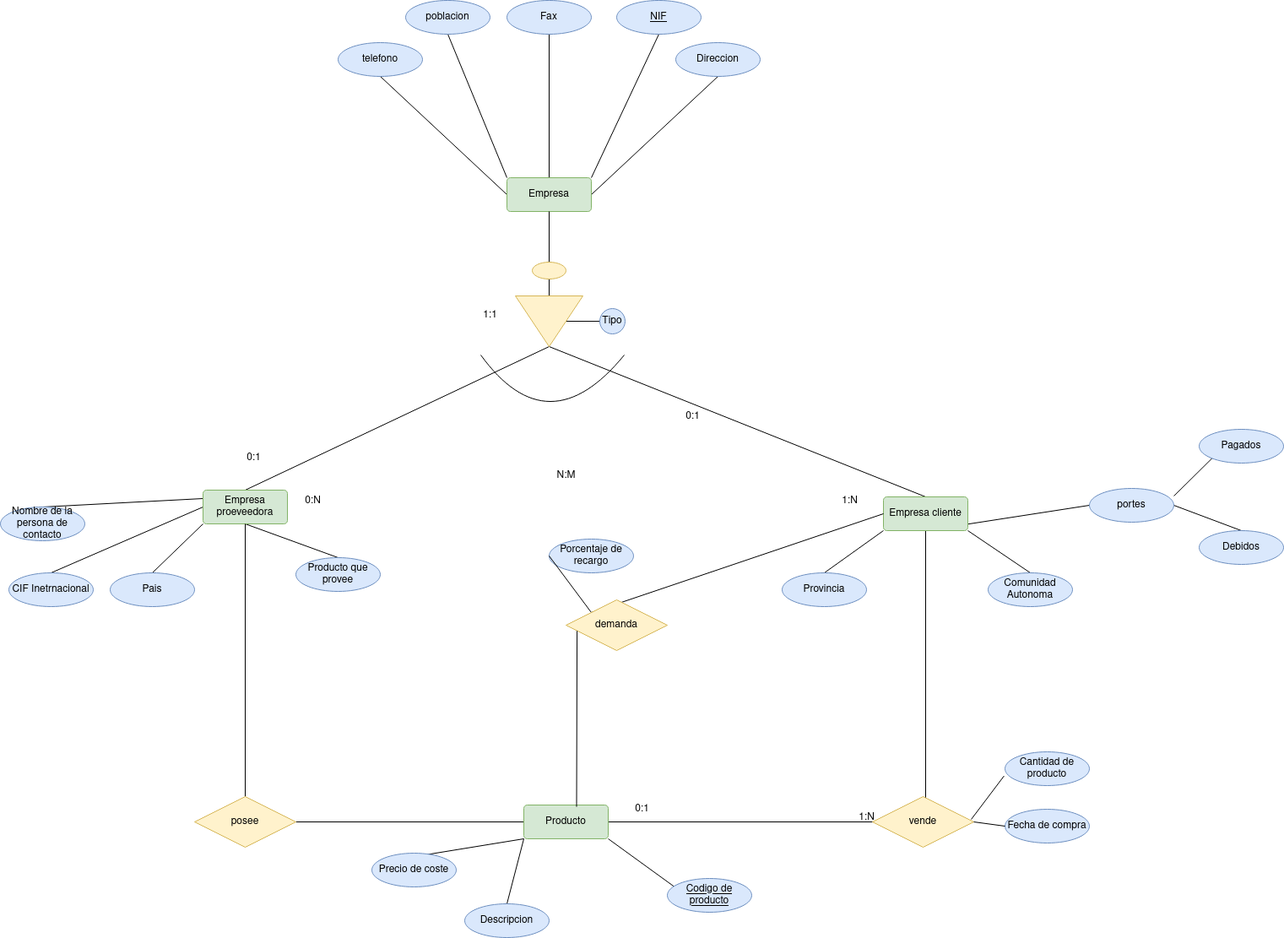
Earlier version of the draw.io export Unidad-1/Tareas/Tarea-evaluable-4/tarea-evaluable-4.drawio.png (DavidRiccio/base-datos). Source tidied: cells renumbered, new cells last; positions are measured from the earlier drawing's top-left corner, leaving out a move shared by most shapes.
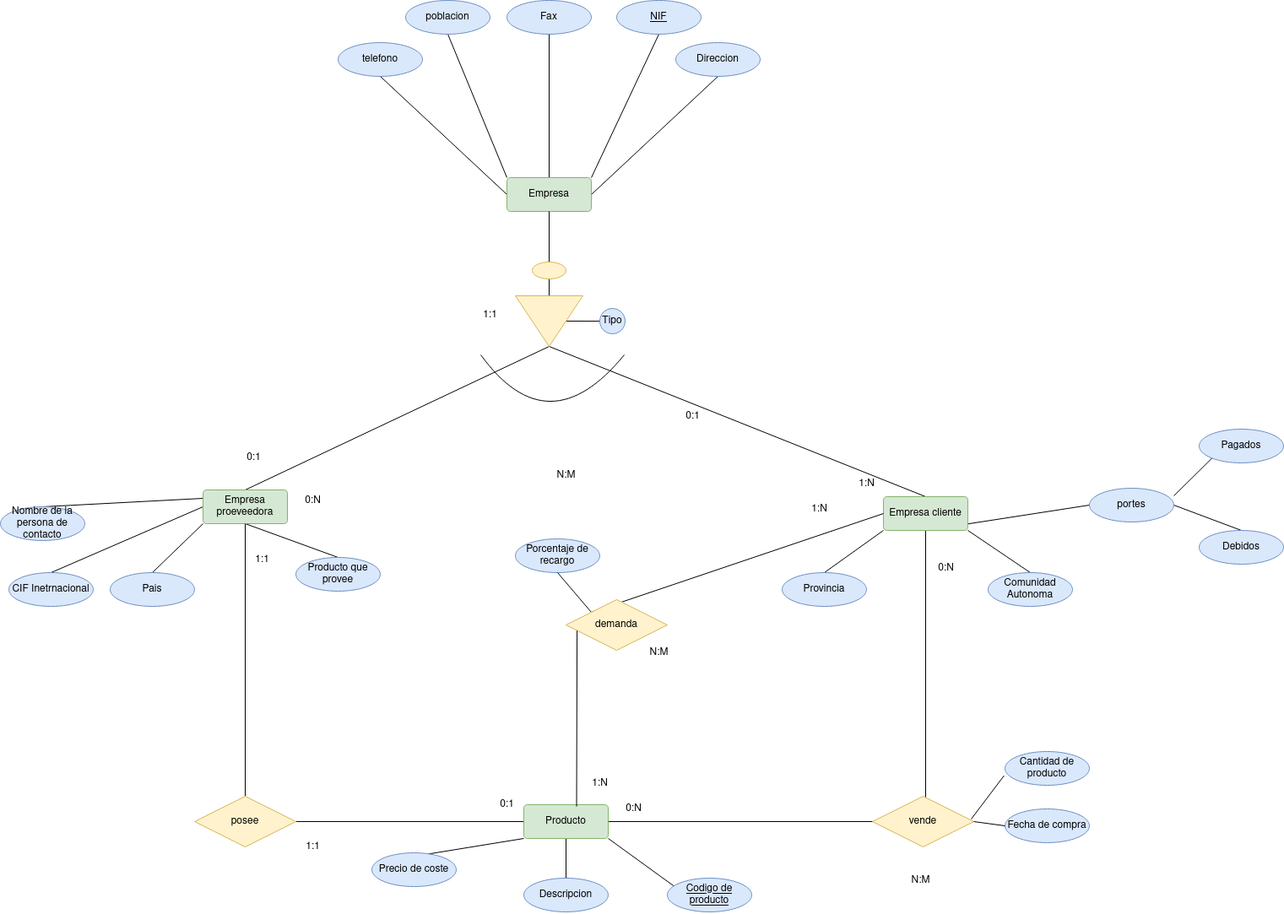
After the change.

Diff of the diagram source:
```diff
@@ -160,7 +160,7 @@
       <mxGeometry x="230" y="1193" width="120" height="60" as="geometry" />
     </mxCell>
     <mxCell id="51" value="1:N" style="text;html=1;align=center;verticalAlign=middle;strokeColor=none;fillColor=none;" parent="1" vertex="1">
-      <mxGeometry x="986" y="828" width="40" height="30" as="geometry" />
+      <mxGeometry x="1006" y="808" width="40" height="30" as="geometry" />
     </mxCell>
     <mxCell id="52" value="0:N" style="text;html=1;align=center;verticalAlign=middle;strokeColor=none;fillColor=none;" parent="1" vertex="1">
       <mxGeometry x="350" y="828" width="40" height="30" as="geometry" />
@@ -168,7 +168,7 @@
     <mxCell id="53" value="N:M" style="text;html=1;align=center;verticalAlign=middle;strokeColor=none;fillColor=none;" parent="1" vertex="1">
       <mxGeometry x="645" y="798" width="50" height="30" as="geometry" />
     </mxCell>
-    <mxCell id="54" style="rounded=0;jettySize=auto;html=1;exitX=0;exitY=1;exitDx=0;exitDy=0;entryX=0.5;entryY=0;entryDx=0;entryDy=0;endArrow=none;endFill=0;" parent="1" edge="1" source="56" target="58">
+    <mxCell id="54" style="rounded=0;jettySize=auto;html=1;exitX=0.5;exitY=1;exitDx=0;exitDy=0;entryX=0.5;entryY=0;entryDx=0;entryDy=0;endArrow=none;endFill=0;" parent="1" edge="1" source="56" target="58">
       <mxGeometry relative="1" as="geometry" />
     </mxCell>
     <mxCell id="55" style="rounded=0;jettySize=auto;html=1;exitX=1;exitY=1;exitDx=0;exitDy=0;entryX=0.5;entryY=1;entryDx=0;entryDy=0;endArrow=none;endFill=0;" parent="1" edge="1" source="56" target="57">
@@ -181,7 +181,7 @@
       <mxGeometry x="790" y="1290" width="100" height="40" as="geometry" />
     </mxCell>
     <mxCell id="58" value="Descripcion" style="ellipse;whiteSpace=wrap;html=1;align=center;fillColor=#dae8fc;strokeColor=#6c8ebf;" parent="1" vertex="1">
-      <mxGeometry x="550" y="1320" width="100" height="40" as="geometry" />
+      <mxGeometry x="620" y="1290" width="100" height="40" as="geometry" />
     </mxCell>
     <mxCell id="59" style="rounded=0;jettySize=auto;html=1;exitX=0.608;exitY=0.06;exitDx=0;exitDy=0;entryX=0;entryY=1;entryDx=0;entryDy=0;endArrow=none;endFill=0;exitPerimeter=0;" parent="1" edge="1" source="60" target="56">
       <mxGeometry relative="1" as="geometry" />
@@ -189,11 +189,11 @@
     <mxCell id="60" value="Precio de coste" style="ellipse;whiteSpace=wrap;html=1;align=center;fillColor=#dae8fc;strokeColor=#6c8ebf;" parent="1" vertex="1">
       <mxGeometry x="440" y="1260" width="100" height="40" as="geometry" />
     </mxCell>
-    <mxCell id="61" value="1:N" style="text;html=1;align=center;verticalAlign=middle;strokeColor=none;fillColor=none;" parent="1" vertex="1">
-      <mxGeometry x="1006" y="1203" width="40" height="30" as="geometry" />
+    <mxCell id="61" value="0:N" style="text;html=1;align=center;verticalAlign=middle;strokeColor=none;fillColor=none;" parent="1" vertex="1">
+      <mxGeometry x="730" y="1193" width="40" height="30" as="geometry" />
     </mxCell>
     <mxCell id="62" value="Porcentaje de recargo " style="ellipse;whiteSpace=wrap;html=1;align=center;fillColor=#dae8fc;strokeColor=#6c8ebf;" parent="1" vertex="1">
-      <mxGeometry x="650" y="888" width="100" height="40" as="geometry" />
+      <mxGeometry x="610" y="888" width="100" height="40" as="geometry" />
     </mxCell>
     <mxCell id="63" value="Cantidad de producto" style="ellipse;whiteSpace=wrap;html=1;align=center;fillColor=#dae8fc;strokeColor=#6c8ebf;" parent="1" vertex="1">
       <mxGeometry x="1190" y="1140" width="100" height="40" as="geometry" />
@@ -207,14 +207,14 @@
     <mxCell id="66" style="endArrow=none;html=1;rounded=0;entryX=0;entryY=0.5;entryDx=0;entryDy=0;exitX=1;exitY=0.5;exitDx=0;exitDy=0;" parent="1" edge="1" source="65" target="64">
       <mxGeometry relative="1" as="geometry" />
     </mxCell>
-    <mxCell id="67" style="endArrow=none;html=1;rounded=0;entryX=0;entryY=0.5;entryDx=0;entryDy=0;exitX=0;exitY=0;exitDx=0;exitDy=0;" parent="1" edge="1" source="70" target="62">
+    <mxCell id="67" style="endArrow=none;html=1;rounded=0;entryX=0.5;entryY=1;entryDx=0;entryDy=0;exitX=0;exitY=0;exitDx=0;exitDy=0;" parent="1" edge="1" source="70" target="62">
       <mxGeometry relative="1" as="geometry" />
     </mxCell>
     <mxCell id="68" style="endArrow=none;html=1;rounded=0;exitX=-0.011;exitY=0.713;exitDx=0;exitDy=0;entryX=0.975;entryY=0.45;entryDx=0;entryDy=0;entryPerimeter=0;exitPerimeter=0;" parent="1" edge="1" source="63" target="65">
       <mxGeometry relative="1" as="geometry" />
     </mxCell>
-    <mxCell id="69" value="0:1" style="text;html=1;align=center;verticalAlign=middle;strokeColor=none;fillColor=none;" parent="1" vertex="1">
-      <mxGeometry x="740" y="1193" width="40" height="30" as="geometry" />
+    <mxCell id="69" value="1:N" style="text;html=1;align=center;verticalAlign=middle;strokeColor=none;fillColor=none;" parent="1" vertex="1">
+      <mxGeometry x="690" y="1163" width="40" height="30" as="geometry" />
     </mxCell>
     <mxCell id="70" value="demanda" style="shape=rhombus;perimeter=rhombusPerimeter;whiteSpace=wrap;html=1;align=center;fillColor=#fff2cc;strokeColor=#d6b656;" parent="1" vertex="1">
       <mxGeometry x="670" y="960" width="120" height="60" as="geometry" />
@@ -222,5 +222,26 @@
     <mxCell id="71" style="rounded=0;jettySize=auto;html=1;exitX=0.109;exitY=0.613;exitDx=0;exitDy=0;entryX=0.625;entryY=0.05;entryDx=0;entryDy=0;entryPerimeter=0;endArrow=none;endFill=0;exitPerimeter=0;" parent="1" edge="1" source="70" target="56">
       <mxGeometry relative="1" as="geometry" />
     </mxCell>
+    <mxCell id="72" value="0:N" style="text;html=1;align=center;verticalAlign=middle;strokeColor=none;fillColor=none;" parent="1" vertex="1">
+      <mxGeometry x="1100" y="908" width="40" height="30" as="geometry" />
+    </mxCell>
+    <mxCell id="73" value="N:M" style="text;html=1;align=center;verticalAlign=middle;strokeColor=none;fillColor=none;" parent="1" vertex="1">
+      <mxGeometry x="1065" y="1278" width="50" height="30" as="geometry" />
+    </mxCell>
+    <mxCell id="74" value="1:N" style="text;html=1;align=center;verticalAlign=middle;strokeColor=none;fillColor=none;" parent="1" vertex="1">
+      <mxGeometry x="950" y="838" width="40" height="30" as="geometry" />
+    </mxCell>
+    <mxCell id="75" value="N:M" style="text;html=1;align=center;verticalAlign=middle;strokeColor=none;fillColor=none;" parent="1" vertex="1">
+      <mxGeometry x="755" y="1008" width="50" height="30" as="geometry" />
+    </mxCell>
+    <mxCell id="76" value="1:1" style="text;html=1;align=center;verticalAlign=middle;strokeColor=none;fillColor=none;" parent="1" vertex="1">
+      <mxGeometry x="350" y="1238" width="40" height="30" as="geometry" />
+    </mxCell>
+    <mxCell id="77" value="0:1" style="text;html=1;align=center;verticalAlign=middle;strokeColor=none;fillColor=none;" parent="1" vertex="1">
+      <mxGeometry x="580" y="1188" width="40" height="30" as="geometry" />
+    </mxCell>
+    <mxCell id="78" value="1:1" style="text;html=1;align=center;verticalAlign=middle;strokeColor=none;fillColor=none;" parent="1" vertex="1">
+      <mxGeometry x="290" y="898" width="40" height="30" as="geometry" />
+    </mxCell>
   </root>
 </mxGraphModel>
```
